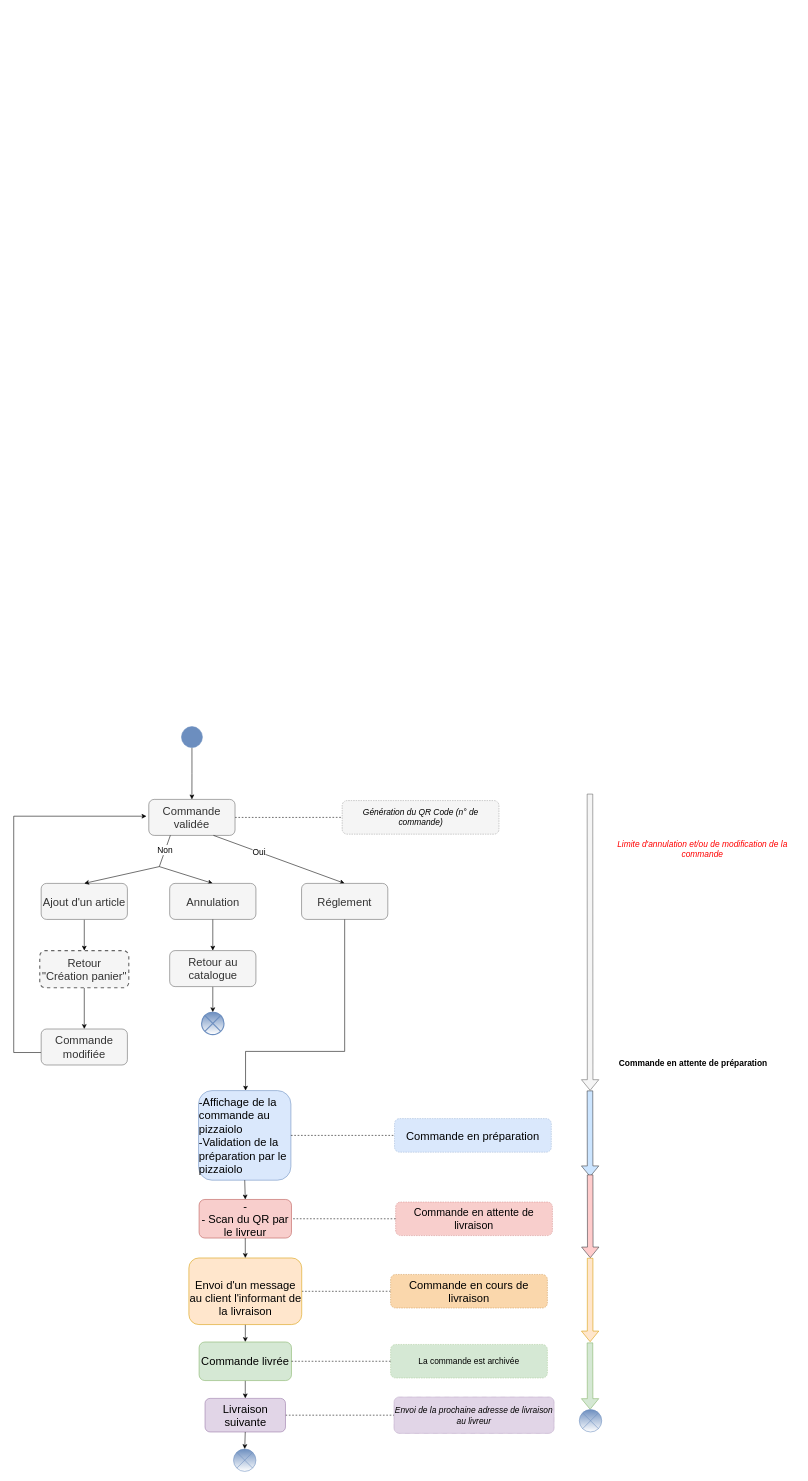
Earlier version of the draw.io diagram Client/Modif/Annulation.drawio (OMorlotti/P4-analyser-les-besoin-de-mon-client-pour-son-groupe-de-pizzerias). Source tidied: cells renumbered, new cells numbered last; positions are measured from the earlier drawing's top-left corner, leaving out a move shared by most shapes. Both pictures are drawn from the tidied source at 56%, with x=0, y=0 at pixel (13, 10).
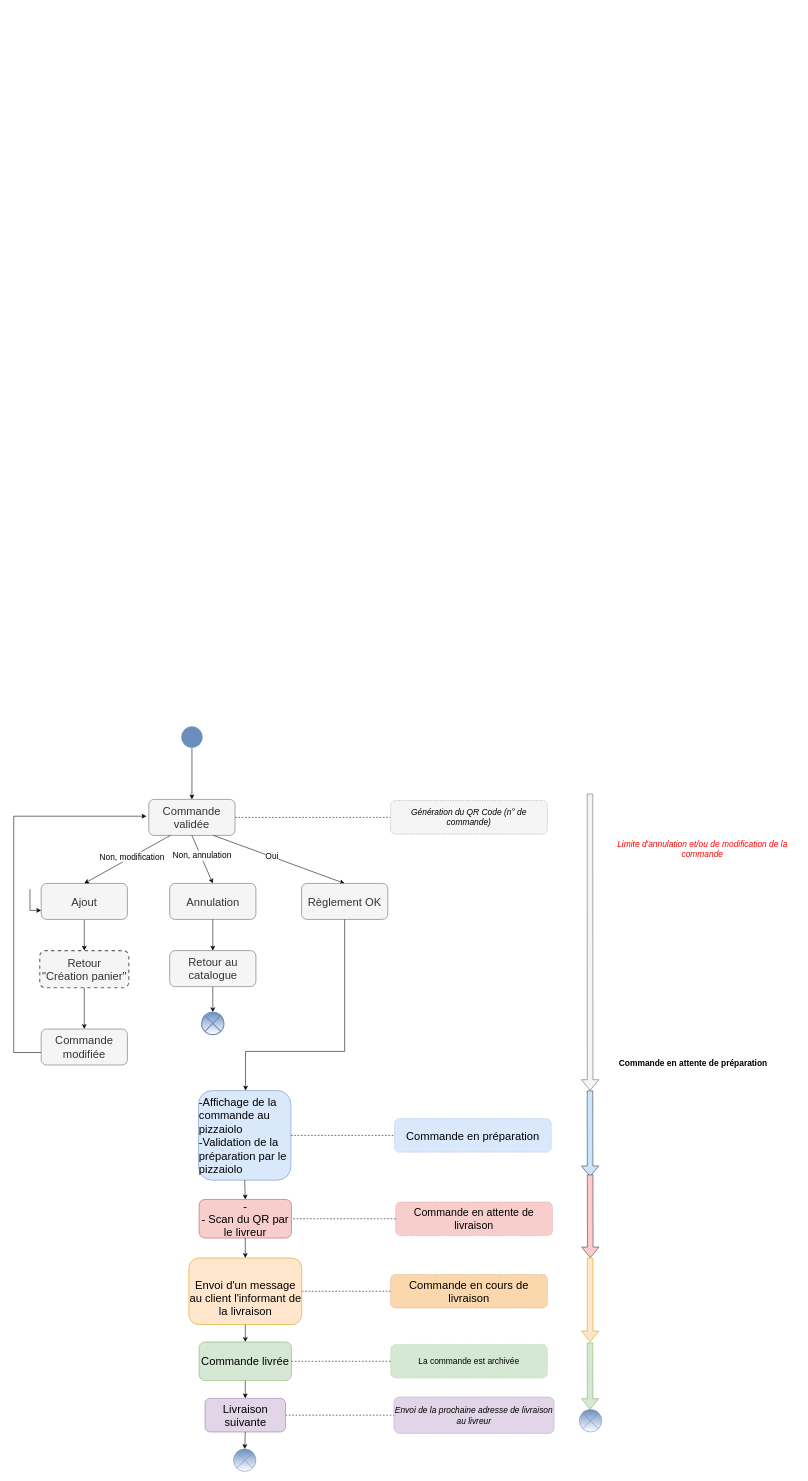
After the change.

The change refers to these unchanged cells:
```xml
<mxCell id="3" value="&lt;font style=&quot;font-size: 20px&quot;&gt;Commande validée&lt;/font&gt;" style="rounded=1;whiteSpace=wrap;html=1;direction=north;fillColor=#f5f5f5;strokeColor=#666666;fontColor=#333333;" parent="1" vertex="1">
  <mxGeometry x="241.2" y="1410" width="154" height="64.3" as="geometry" />
</mxCell>
<mxCell id="37" style="endArrow=classic;html=1;exitX=0;exitY=0.75;exitDx=0;exitDy=0;entryX=1;entryY=0.5;entryDx=0;entryDy=0;" parent="1" edge="1" source="3" target="41">
  <mxGeometry relative="1" as="geometry" />
</mxCell>
<mxCell id="46" value="&lt;font style=&quot;font-size: 20px&quot;&gt;Annulation&lt;/font&gt;" style="rounded=1;whiteSpace=wrap;html=1;direction=north;fillColor=#f5f5f5;strokeColor=#666666;fontColor=#333333;" parent="1" vertex="1">
  <mxGeometry x="278.5" y="1560" width="154" height="64.3" as="geometry" />
</mxCell>
```

Change to the diagram source:
```diff
@@
     <mxCell id="22" value="&lt;i&gt;&lt;font style=&quot;font-size: 15px&quot;&gt;Génération du QR Code (n° de commande)&lt;/font&gt;&lt;/i&gt;" style="rounded=1;whiteSpace=wrap;html=1;direction=north;fillColor=#F5F5F5;strokeColor=#666666;dashed=1;dashPattern=1 2;" parent="1" vertex="1">
-      <mxGeometry x="586.5" y="1412.1" width="280" height="60" as="geometry" />
+      <mxGeometry x="673" y="1412.1" width="280" height="60" as="geometry" />
     </mxCell>
@@
     <mxCell id="38" value="&lt;font style=&quot;font-size: 15px&quot;&gt;Oui&lt;/font&gt;" style="edgeLabel;html=1;align=center;verticalAlign=middle;" parent="37" vertex="1">
-      <mxGeometry x="-0.31" y="1" relative="1" as="geometry" />
+      <mxGeometry x="-0.31" y="1" relative="1" as="geometry">
+        <mxPoint x="22.4" y="7.2" as="offset" />
+      </mxGeometry>
     </mxCell>
@@
+    <mxCell id="56" style="edgeStyle=orthogonalEdgeStyle;rounded=0;jettySize=auto;html=1;startArrow=classic;startFill=1;endArrow=none;endFill=0;exitX=0.25;exitY=0;exitDx=0;exitDy=0;" parent="1" edge="1" source="40">
+      <mxGeometry relative="1" as="geometry">
+        <mxPoint x="29" y="1570" as="targetPoint" />
+      </mxGeometry>
+    </mxCell>
-    <mxCell id="40" value="&lt;font style=&quot;font-size: 20px&quot;&gt;Ajout d'un article&lt;/font&gt;" style="rounded=1;whiteSpace=wrap;html=1;direction=north;fillColor=#f5f5f5;strokeColor=#666666;fontColor=#333333;" parent="1" vertex="1">
+    <mxCell id="40" value="&lt;font style=&quot;font-size: 20px&quot;&gt;Ajout&lt;/font&gt;" style="rounded=1;whiteSpace=wrap;html=1;direction=north;fillColor=#f5f5f5;strokeColor=#666666;fontColor=#333333;" parent="1" vertex="1">
       <mxGeometry x="49" y="1560" width="154" height="64.3" as="geometry" />
     </mxCell>
-    <mxCell id="41" value="&lt;font style=&quot;font-size: 20px&quot;&gt;Réglement&lt;/font&gt;" style="rounded=1;whiteSpace=wrap;html=1;direction=north;fillColor=#f5f5f5;strokeColor=#666666;fontColor=#333333;" parent="1" vertex="1">
+    <mxCell id="41" value="&lt;font style=&quot;font-size: 20px&quot;&gt;Règlement OK&lt;/font&gt;" style="rounded=1;whiteSpace=wrap;html=1;direction=north;fillColor=#f5f5f5;strokeColor=#666666;fontColor=#333333;" parent="1" vertex="1">
       <mxGeometry x="514" y="1560" width="154" height="64.3" as="geometry" />
     </mxCell>
@@
-    <mxCell id="44" style="endArrow=classic;html=1;entryX=1;entryY=0.5;entryDx=0;entryDy=0;" parent="1" edge="1" target="40">
-      <mxGeometry relative="1" as="geometry">
-        <mxPoint x="260" y="1530" as="sourcePoint" />
-      </mxGeometry>
-    </mxCell>
-    <mxCell id="45" style="endArrow=classic;html=1;entryX=1;entryY=0.5;entryDx=0;entryDy=0;" parent="1" edge="1" target="46">
-      <mxGeometry relative="1" as="geometry">
-        <mxPoint x="260" y="1530" as="sourcePoint" />
-      </mxGeometry>
-    </mxCell>
@@
-    <mxCell id="47" style="endArrow=none;html=1;entryX=0;entryY=0.25;entryDx=0;entryDy=0;" parent="1" edge="1" target="3">
-      <mxGeometry relative="1" as="geometry">
-        <mxPoint x="260" y="1530" as="sourcePoint" />
-      </mxGeometry>
+    <mxCell id="47" style="endArrow=none;html=1;entryX=0;entryY=0.25;entryDx=0;entryDy=0;exitX=1;exitY=0.5;exitDx=0;exitDy=0;endFill=0;startArrow=classic;startFill=1;" parent="1" edge="1" source="40" target="3">
+      <mxGeometry relative="1" as="geometry" />
     </mxCell>
-    <mxCell id="48" value="&lt;font style=&quot;font-size: 15px&quot;&gt;Non&lt;/font&gt;" style="edgeLabel;html=1;align=center;verticalAlign=middle;" parent="47" vertex="1">
+    <mxCell id="48" value="&lt;font style=&quot;font-size: 15px&quot;&gt;Non, modification&lt;/font&gt;" style="edgeLabel;html=1;align=center;verticalAlign=middle;" parent="47" vertex="1">
       <mxGeometry x="0.1" y="1" relative="1" as="geometry" />
     </mxCell>
@@
+    <mxCell id="57" style="endArrow=classic;html=1;exitX=0;exitY=0.5;exitDx=0;exitDy=0;entryX=1;entryY=0.5;entryDx=0;entryDy=0;" parent="1" edge="1" source="3" target="46">
+      <mxGeometry relative="1" as="geometry" />
+    </mxCell>
+    <mxCell id="58" value="&lt;font style=&quot;font-size: 15px&quot;&gt;Non, annulation&lt;/font&gt;" style="edgeLabel;html=1;align=center;verticalAlign=middle;" parent="57" vertex="1">
+      <mxGeometry x="-0.55" y="-4" relative="1" as="geometry">
+        <mxPoint x="12.4" y="14.5" as="offset" />
+      </mxGeometry>
+    </mxCell>
```
